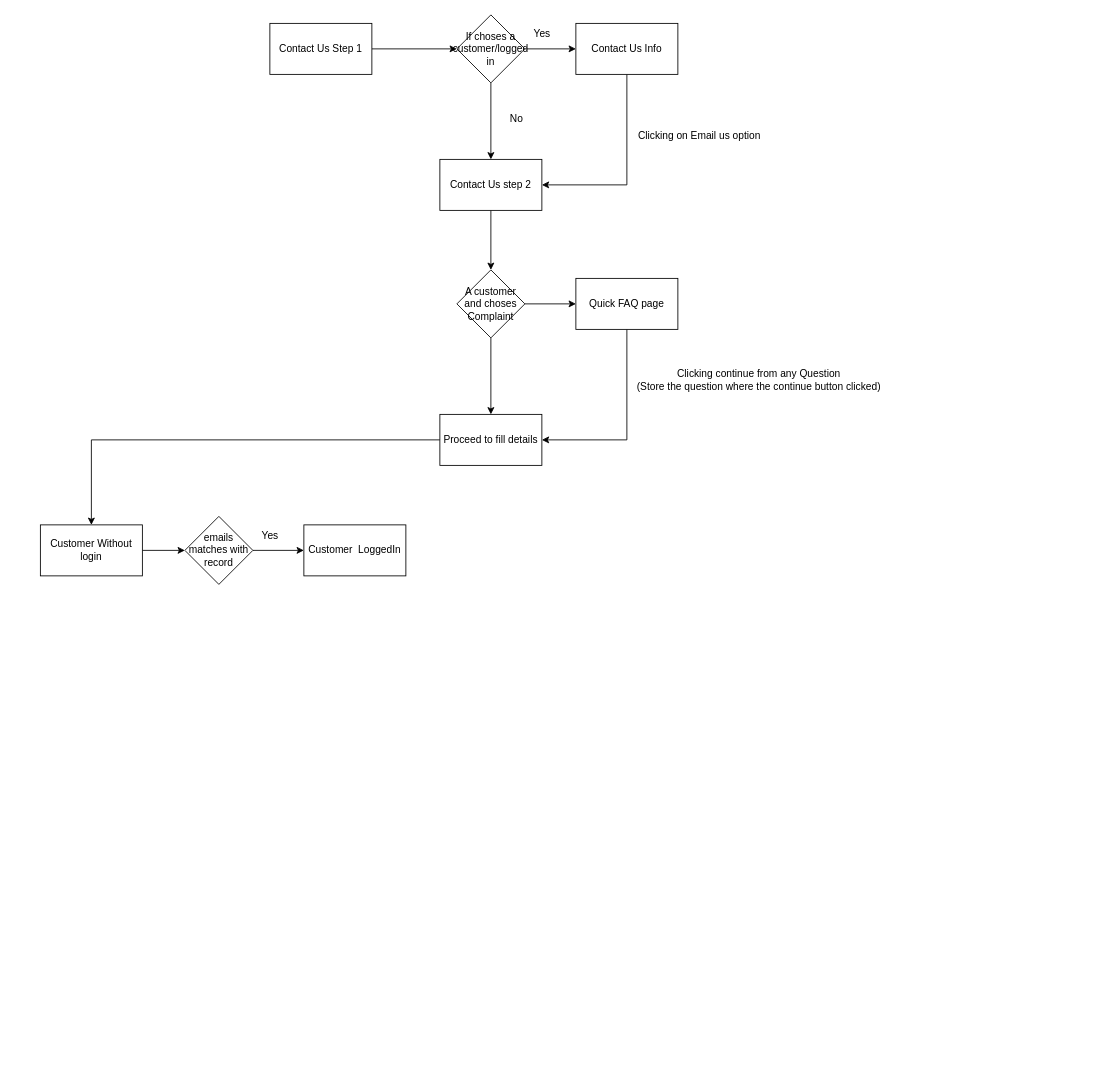
vinishanto/draw.io keeps this draw.io diagram as ContactUS flow.drawio. Above is the earlier version. Source tidied: cells renumbered, new cells numbered last; positions are measured from the earlier drawing's top-left corner, leaving out a move shared by most shapes. Both pictures are drawn from the tidied source at 85%, with x=0, y=0 at pixel (40, 14).
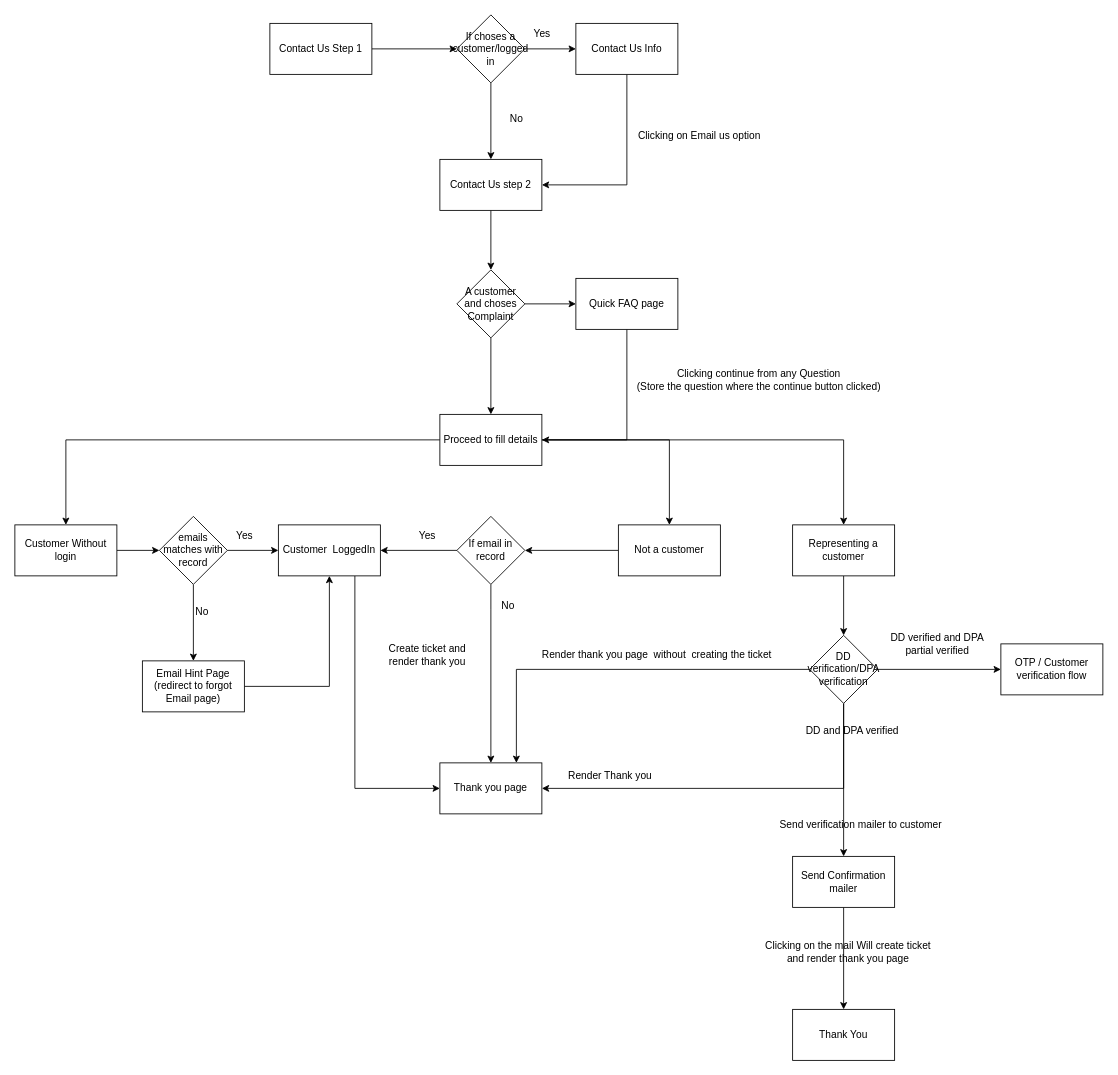
Above is the later version.

Unchanged cells that the change refers to:
```xml
<mxCell id="20" value="Proceed to fill details" style="whiteSpace=wrap;html=1;rounded=0;" parent="1" vertex="1">
  <mxGeometry x="470" y="470" width="120" height="60" as="geometry" />
</mxCell>
```

Diff of the diagram source:
```diff
@@
+    <mxCell id="28" style="edgeStyle=orthogonalEdgeStyle;rounded=0;jettySize=auto;html=1;" parent="1" edge="1" source="20" target="36">
+      <mxGeometry relative="1" as="geometry" />
+    </mxCell>
+    <mxCell id="29" style="edgeStyle=orthogonalEdgeStyle;rounded=0;jettySize=auto;html=1;" parent="1" edge="1" source="20" target="39">
+      <mxGeometry relative="1" as="geometry" />
+    </mxCell>
@@
     <mxCell id="23" value="Customer Without login" style="whiteSpace=wrap;html=1;rounded=0;" parent="1" vertex="1">
-      <mxGeometry y="600" width="120" height="60" as="geometry" />
+      <mxGeometry x="-30" y="600" width="120" height="60" as="geometry" />
     </mxCell>
@@
+    <mxCell id="30" style="edgeStyle=orthogonalEdgeStyle;rounded=0;jettySize=auto;html=1;" parent="1" edge="1" source="25" target="33">
+      <mxGeometry relative="1" as="geometry" />
+    </mxCell>
     <mxCell id="25" value="emails matches with record" style="rhombus;whiteSpace=wrap;html=1;rounded=0;" parent="1" vertex="1">
-      <mxGeometry x="170" y="590" width="80" height="80" as="geometry" />
+      <mxGeometry x="140" y="590" width="80" height="80" as="geometry" />
     </mxCell>
+    <mxCell id="31" style="edgeStyle=orthogonalEdgeStyle;rounded=0;jettySize=auto;html=1;" parent="1" edge="1" source="26" target="40">
+      <mxGeometry relative="1" as="geometry">
+        <Array as="points">
+          <mxPoint x="370" y="910" />
+        </Array>
+      </mxGeometry>
+    </mxCell>
     <mxCell id="26" value="Customer&amp;nbsp; LoggedIn" style="whiteSpace=wrap;html=1;rounded=0;" parent="1" vertex="1">
-      <mxGeometry x="310" y="600" width="120" height="60" as="geometry" />
+      <mxGeometry x="280" y="600" width="120" height="60" as="geometry" />
     </mxCell>
     <mxCell id="27" value="Yes" style="text;html=1;align=center;verticalAlign=middle;strokeColor=none;fillColor=none;" parent="1" vertex="1">
-      <mxGeometry x="250" y="598" width="40" height="30" as="geometry" />
+      <mxGeometry x="220" y="598" width="40" height="30" as="geometry" />
     </mxCell>
+    <mxCell id="32" style="edgeStyle=orthogonalEdgeStyle;rounded=0;jettySize=auto;html=1;entryX=0.5;entryY=1;entryDx=0;entryDy=0;" parent="1" edge="1" source="33" target="26">
+      <mxGeometry relative="1" as="geometry" />
+    </mxCell>
+    <mxCell id="33" value="Email Hint Page&lt;br&gt;(redirect to forgot Email page)" style="rounded=0;whiteSpace=wrap;html=1;" parent="1" vertex="1">
+      <mxGeometry x="120" y="760" width="120" height="60" as="geometry" />
+    </mxCell>
+    <mxCell id="34" value="No" style="text;html=1;align=center;verticalAlign=middle;strokeColor=none;fillColor=none;" parent="1" vertex="1">
+      <mxGeometry x="170" y="688" width="40" height="30" as="geometry" />
+    </mxCell>
+    <mxCell id="35" style="edgeStyle=orthogonalEdgeStyle;rounded=0;jettySize=auto;html=1;" parent="1" edge="1" source="36" target="46">
+      <mxGeometry relative="1" as="geometry" />
+    </mxCell>
+    <mxCell id="36" value="Representing a customer" style="whiteSpace=wrap;html=1;rounded=0;" parent="1" vertex="1">
+      <mxGeometry x="885" y="600" width="120" height="60" as="geometry" />
+    </mxCell>
+    <mxCell id="37" style="edgeStyle=orthogonalEdgeStyle;rounded=0;jettySize=auto;html=1;" parent="1" edge="1" source="56" target="40">
+      <mxGeometry relative="1" as="geometry">
+        <Array as="points">
+          <mxPoint x="530" y="700" />
+          <mxPoint x="530" y="700" />
+        </Array>
+      </mxGeometry>
+    </mxCell>
+    <mxCell id="38" style="edgeStyle=orthogonalEdgeStyle;rounded=0;jettySize=auto;html=1;" parent="1" edge="1" source="39" target="56">
+      <mxGeometry relative="1" as="geometry" />
+    </mxCell>
+    <mxCell id="39" value="Not a customer" style="whiteSpace=wrap;html=1;rounded=0;" parent="1" vertex="1">
+      <mxGeometry x="680" y="600" width="120" height="60" as="geometry" />
+    </mxCell>
+    <mxCell id="40" value="Thank you page" style="whiteSpace=wrap;html=1;rounded=0;" parent="1" vertex="1">
+      <mxGeometry x="470" y="880" width="120" height="60" as="geometry" />
+    </mxCell>
+    <mxCell id="41" value="Create ticket and &lt;br&gt;render thank you" style="text;html=1;align=center;verticalAlign=middle;strokeColor=none;fillColor=none;" parent="1" vertex="1">
+      <mxGeometry x="400" y="733" width="110" height="40" as="geometry" />
+    </mxCell>
+    <mxCell id="42" style="edgeStyle=orthogonalEdgeStyle;rounded=0;jettySize=auto;html=1;entryX=1;entryY=0.5;entryDx=0;entryDy=0;" parent="1" edge="1" source="46" target="40">
+      <mxGeometry relative="1" as="geometry">
+        <Array as="points">
+          <mxPoint x="945" y="910" />
+        </Array>
+      </mxGeometry>
+    </mxCell>
+    <mxCell id="43" style="edgeStyle=orthogonalEdgeStyle;rounded=0;jettySize=auto;html=1;" parent="1" edge="1" source="46" target="49">
+      <mxGeometry relative="1" as="geometry" />
+    </mxCell>
+    <mxCell id="44" style="edgeStyle=orthogonalEdgeStyle;rounded=0;jettySize=auto;html=1;" parent="1" edge="1" source="46" target="52">
+      <mxGeometry relative="1" as="geometry" />
+    </mxCell>
+    <mxCell id="45" style="edgeStyle=orthogonalEdgeStyle;rounded=0;jettySize=auto;html=1;entryX=0.75;entryY=0;entryDx=0;entryDy=0;" parent="1" edge="1" source="46" target="40">
+      <mxGeometry relative="1" as="geometry" />
+    </mxCell>
+    <mxCell id="46" value="DD verification/DPA verification" style="rhombus;whiteSpace=wrap;html=1;rounded=0;" parent="1" vertex="1">
+      <mxGeometry x="905" y="730" width="80" height="80" as="geometry" />
+    </mxCell>
+    <mxCell id="47" value="DD and DPA verified" style="text;html=1;align=center;verticalAlign=middle;strokeColor=none;fillColor=none;" parent="1" vertex="1">
+      <mxGeometry x="890" y="828" width="130" height="30" as="geometry" />
+    </mxCell>
+    <mxCell id="48" style="edgeStyle=orthogonalEdgeStyle;rounded=0;jettySize=auto;html=1;" parent="1" edge="1" source="49" target="59">
+      <mxGeometry relative="1" as="geometry" />
+    </mxCell>
+    <mxCell id="49" value="Send Confirmation mailer" style="whiteSpace=wrap;html=1;rounded=0;" parent="1" vertex="1">
+      <mxGeometry x="885" y="990" width="120" height="60" as="geometry" />
+    </mxCell>
+    <mxCell id="50" value="Render Thank you" style="text;html=1;align=center;verticalAlign=middle;strokeColor=none;fillColor=none;" parent="1" vertex="1">
+      <mxGeometry x="610" y="880" width="120" height="30" as="geometry" />
+    </mxCell>
+    <mxCell id="51" value="Send verification mailer to customer" style="text;html=1;align=center;verticalAlign=middle;strokeColor=none;fillColor=none;" parent="1" vertex="1">
+      <mxGeometry x="860" y="938" width="210" height="30" as="geometry" />
+    </mxCell>
+    <mxCell id="52" value="OTP / Customer verification flow" style="whiteSpace=wrap;html=1;rounded=0;" parent="1" vertex="1">
+      <mxGeometry x="1130" y="740" width="120" height="60" as="geometry" />
+    </mxCell>
+    <mxCell id="53" value="DD verified and DPA &lt;br&gt;partial verified" style="text;html=1;align=center;verticalAlign=middle;strokeColor=none;fillColor=none;" parent="1" vertex="1">
+      <mxGeometry x="990" y="720" width="130" height="40" as="geometry" />
+    </mxCell>
+    <mxCell id="54" value="Render thank you page&amp;nbsp; without&amp;nbsp; creating the ticket" style="text;html=1;align=center;verticalAlign=middle;strokeColor=none;fillColor=none;" parent="1" vertex="1">
+      <mxGeometry x="580" y="738" width="290" height="30" as="geometry" />
+    </mxCell>
+    <mxCell id="55" style="edgeStyle=orthogonalEdgeStyle;rounded=0;jettySize=auto;html=1;" parent="1" edge="1" source="56" target="26">
+      <mxGeometry relative="1" as="geometry" />
+    </mxCell>
+    <mxCell id="56" value="If email in record" style="rhombus;whiteSpace=wrap;html=1;rounded=0;" parent="1" vertex="1">
+      <mxGeometry x="490" y="590" width="80" height="80" as="geometry" />
+    </mxCell>
+    <mxCell id="57" value="Yes" style="text;html=1;align=center;verticalAlign=middle;strokeColor=none;fillColor=none;" parent="1" vertex="1">
+      <mxGeometry x="435" y="598" width="40" height="30" as="geometry" />
+    </mxCell>
+    <mxCell id="58" value="No" style="text;html=1;align=center;verticalAlign=middle;strokeColor=none;fillColor=none;" parent="1" vertex="1">
+      <mxGeometry x="530" y="680" width="40" height="30" as="geometry" />
+    </mxCell>
+    <mxCell id="59" value="Thank You" style="whiteSpace=wrap;html=1;rounded=0;" parent="1" vertex="1">
+      <mxGeometry x="885" y="1170" width="120" height="60" as="geometry" />
+    </mxCell>
+    <mxCell id="60" value="Clicking on the mail Will create ticket &lt;br&gt;and render thank you page" style="text;html=1;align=center;verticalAlign=middle;strokeColor=none;fillColor=none;" parent="1" vertex="1">
+      <mxGeometry x="840" y="1083" width="220" height="40" as="geometry" />
+    </mxCell>
```
